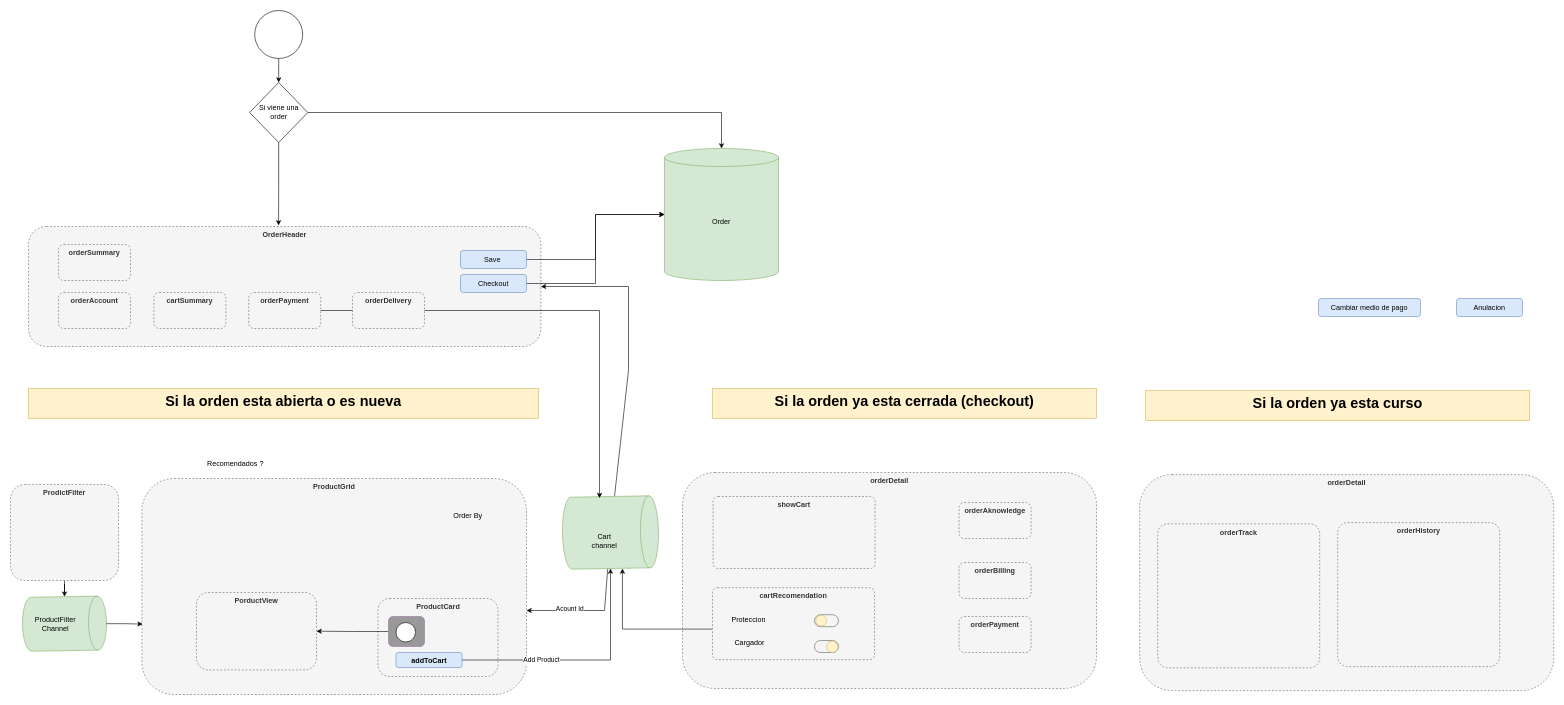
The draw.io diagram page "app" (2 of 5) of docs/intro.drawio in sebastianclaros/teatime, before the edit. Source tidied: cells renumbered, new cells numbered last; positions are measured from the earlier drawing's top-left corner, leaving out a move shared by most shapes. Both pictures are drawn from the tidied source at 60%, with x=0, y=0 at pixel (10, 10).
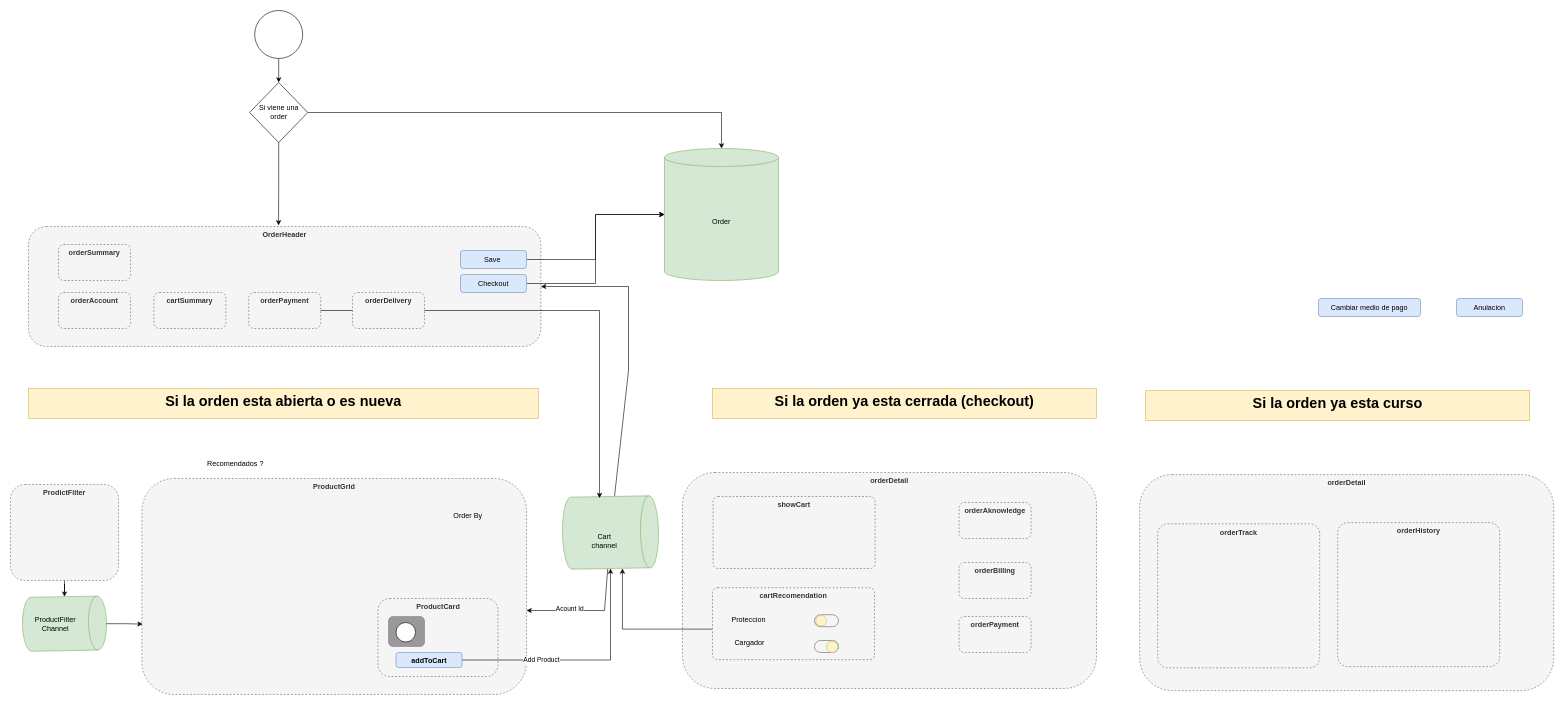
Above is the later version.

The change refers to these unchanged cells:
```xml
<mxCell id="49" style="rounded=1;whiteSpace=wrap;html=1;fillColor=#999999;strokeColor=#9673a6;" parent="1" vertex="1">
  <mxGeometry x="630" y="1010" width="60" height="50" as="geometry" />
</mxCell>
```

The edit, as a diff of the source:
```diff
@@
-    <mxCell id="47" value="PorductView" style="rounded=1;whiteSpace=wrap;html=1;fillColor=#f5f5f5;fontColor=#333333;strokeColor=#666666;dashed=1;verticalAlign=top;fontStyle=1;" parent="1" vertex="1">
-      <mxGeometry x="310" y="970" width="200" height="129" as="geometry" />
-    </mxCell>
-    <mxCell id="48" style="edgeStyle=orthogonalEdgeStyle;rounded=0;jettySize=auto;html=1;" parent="1" edge="1" source="49" target="47">
-      <mxGeometry relative="1" as="geometry" />
-    </mxCell>
```
